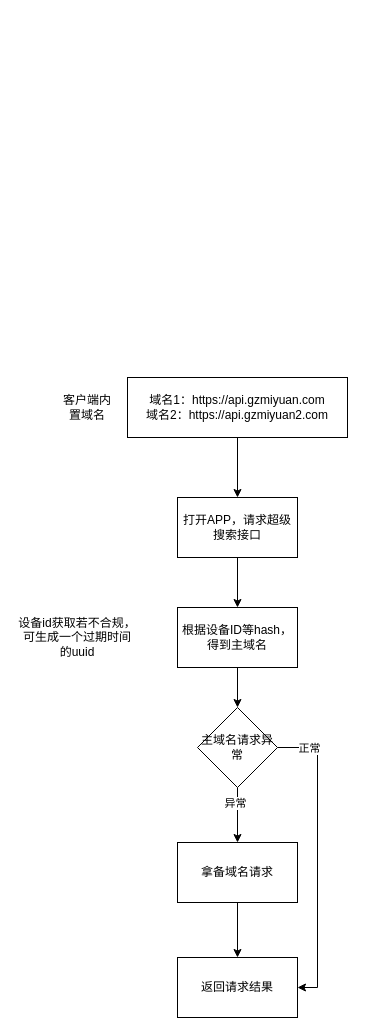
This is page "第 1 页" (1 of 2) of 用户维度获取主备域名.drawio from smallleaf/draw.io, a draw.io file, before an edit. Source tidied: cells renumbered, new cells numbered last; positions are measured from the earlier drawing's top-left corner, leaving out a move shared by most shapes. Both pictures are drawn from the tidied source at 100%, with x=0, y=0 at pixel (17, 377).
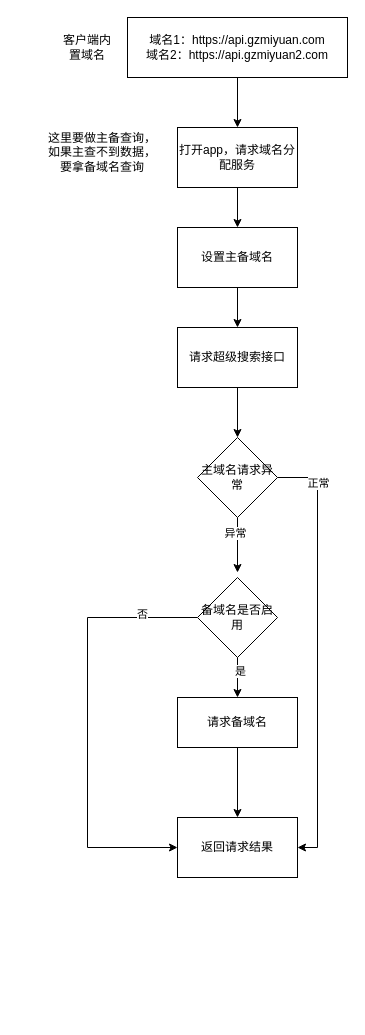
The same diagram, later.

Commit message (it also covers changes not shown here):
更新用户维度获取主备域名.drawio

Diff of the diagram source:
```diff
@@
-    <mxCell id="2" style="edgeStyle=orthogonalEdgeStyle;rounded=0;jettySize=auto;html=1;exitX=0.5;exitY=1;exitDx=0;exitDy=0;entryX=0.5;entryY=0;entryDx=0;entryDy=0;" parent="1" edge="1" source="3" target="6">
-      <mxGeometry relative="1" as="geometry" />
-    </mxCell>
+    <mxCell id="18" style="edgeStyle=orthogonalEdgeStyle;rounded=0;jettySize=auto;html=1;" parent="1" edge="1" source="3" target="20">
+      <mxGeometry relative="1" as="geometry" />
+    </mxCell>
     <mxCell id="3" value="&lt;span style=&quot;text-wrap: nowrap;&quot;&gt;域名1：https://api.gzmiyuan.com&lt;/span&gt;&lt;div style=&quot;text-wrap: nowrap;&quot;&gt;域名2：https://api.gzmiyuan2.com&lt;/div&gt;" style="rounded=0;whiteSpace=wrap;html=1;" parent="1" vertex="1">
-      <mxGeometry x="110" width="220" height="60" as="geometry" />
+      <mxGeometry x="110" y="-360" width="220" height="60" as="geometry" />
     </mxCell>
     <mxCell id="4" value="客户端内置域名" style="text;html=1;align=center;verticalAlign=middle;whiteSpace=wrap;rounded=0;" parent="1" vertex="1">
-      <mxGeometry x="40" y="17.5" width="60" height="25" as="geometry" />
+      <mxGeometry x="40" y="-342.5" width="60" height="25" as="geometry" />
     </mxCell>
-    <mxCell id="5" style="edgeStyle=orthogonalEdgeStyle;rounded=0;jettySize=auto;html=1;exitX=0.5;exitY=1;exitDx=0;exitDy=0;entryX=0.5;entryY=0;entryDx=0;entryDy=0;" parent="1" edge="1" source="6" target="8">
+    <mxCell id="5" style="edgeStyle=orthogonalEdgeStyle;rounded=0;jettySize=auto;html=1;exitX=0.5;exitY=1;exitDx=0;exitDy=0;entryX=0.5;entryY=0;entryDx=0;entryDy=0;" parent="1" edge="1" source="6" target="14">
       <mxGeometry relative="1" as="geometry" />
     </mxCell>
-    <mxCell id="6" value="打开APP，请求超级搜索接口" style="rounded=0;whiteSpace=wrap;html=1;" parent="1" vertex="1">
-      <mxGeometry x="160" y="120" width="120" height="60" as="geometry" />
+    <mxCell id="6" value="请求超级搜索接口" style="rounded=0;whiteSpace=wrap;html=1;" parent="1" vertex="1">
+      <mxGeometry x="160" y="-50" width="120" height="60" as="geometry" />
     </mxCell>
-    <mxCell id="7" style="edgeStyle=orthogonalEdgeStyle;rounded=0;jettySize=auto;html=1;exitX=0.5;exitY=1;exitDx=0;exitDy=0;" parent="1" edge="1" source="8" target="14">
-      <mxGeometry relative="1" as="geometry" />
-    </mxCell>
-    <mxCell id="8" value="根据设备ID等hash，得到主域名" style="rounded=0;whiteSpace=wrap;html=1;" parent="1" vertex="1">
-      <mxGeometry x="160" y="230" width="120" height="60" as="geometry" />
-    </mxCell>
-    <mxCell id="9" value="设备id获取若不合规，可生成一个过期时间的uuid" style="text;html=1;align=center;verticalAlign=middle;whiteSpace=wrap;rounded=0;" parent="1" vertex="1">
-      <mxGeometry y="247.5" width="120" height="25" as="geometry" />
-    </mxCell>
@@
-    <mxCell id="12" style="edgeStyle=orthogonalEdgeStyle;rounded=0;jettySize=auto;html=1;exitX=0.5;exitY=1;exitDx=0;exitDy=0;entryX=0.5;entryY=0;entryDx=0;entryDy=0;" parent="1" edge="1" source="14" target="16">
-      <mxGeometry relative="1" as="geometry" />
+    <mxCell id="12" style="edgeStyle=orthogonalEdgeStyle;rounded=0;jettySize=auto;html=1;exitX=0.5;exitY=1;exitDx=0;exitDy=0;entryX=0.5;entryY=0;entryDx=0;entryDy=0;" parent="1" edge="1" source="14">
+      <mxGeometry relative="1" as="geometry">
+        <mxPoint x="220" y="195" as="targetPoint" />
+      </mxGeometry>
     </mxCell>
@@
     <mxCell id="14" value="主域名请求异常" style="rhombus;whiteSpace=wrap;html=1;" parent="1" vertex="1">
-      <mxGeometry x="180" y="330" width="80" height="80" as="geometry" />
+      <mxGeometry x="180" y="60" width="80" height="80" as="geometry" />
     </mxCell>
-    <mxCell id="15" style="edgeStyle=orthogonalEdgeStyle;rounded=0;jettySize=auto;html=1;exitX=0.5;exitY=1;exitDx=0;exitDy=0;entryX=0.5;entryY=0;entryDx=0;entryDy=0;" parent="1" edge="1" source="16" target="17">
-      <mxGeometry relative="1" as="geometry" />
-    </mxCell>
-    <mxCell id="16" value="拿备域名请求" style="rounded=0;whiteSpace=wrap;html=1;" parent="1" vertex="1">
-      <mxGeometry x="160" y="465" width="120" height="60" as="geometry" />
-    </mxCell>
     <mxCell id="17" value="返回请求结果" style="rounded=0;whiteSpace=wrap;html=1;" parent="1" vertex="1">
-      <mxGeometry x="160" y="580" width="120" height="60" as="geometry" />
+      <mxGeometry x="160" y="440" width="120" height="60" as="geometry" />
     </mxCell>
+    <mxCell id="19" style="edgeStyle=orthogonalEdgeStyle;rounded=0;jettySize=auto;html=1;exitX=0.5;exitY=1;exitDx=0;exitDy=0;entryX=0.5;entryY=0;entryDx=0;entryDy=0;" parent="1" edge="1" source="20" target="30">
+      <mxGeometry relative="1" as="geometry" />
+    </mxCell>
+    <mxCell id="20" value="打开app，请求域名分配服务" style="rounded=0;whiteSpace=wrap;html=1;" parent="1" vertex="1">
+      <mxGeometry x="160" y="-250" width="120" height="60" as="geometry" />
+    </mxCell>
+    <mxCell id="21" style="edgeStyle=orthogonalEdgeStyle;rounded=0;jettySize=auto;html=1;exitX=0;exitY=0.5;exitDx=0;exitDy=0;entryX=0;entryY=0.5;entryDx=0;entryDy=0;" parent="1" edge="1" source="23" target="17">
+      <mxGeometry relative="1" as="geometry">
+        <Array as="points">
+          <mxPoint x="70" y="240" />
+          <mxPoint x="70" y="470" />
+        </Array>
+      </mxGeometry>
+    </mxCell>
+    <mxCell id="22" value="否" style="edgeLabel;html=1;align=center;verticalAlign=middle;" parent="21" vertex="1">
+      <mxGeometry x="-0.74" y="-4" relative="1" as="geometry" />
+    </mxCell>
+    <mxCell id="23" value="备域名是否启用" style="rhombus;whiteSpace=wrap;html=1;" parent="1" vertex="1">
+      <mxGeometry x="180" y="200" width="80" height="80" as="geometry" />
+    </mxCell>
+    <mxCell id="24" style="edgeStyle=orthogonalEdgeStyle;rounded=0;jettySize=auto;html=1;exitX=0.5;exitY=1;exitDx=0;exitDy=0;entryX=0.5;entryY=0;entryDx=0;entryDy=0;" parent="1" edge="1" source="25" target="17">
+      <mxGeometry relative="1" as="geometry" />
+    </mxCell>
+    <mxCell id="25" value="请求备域名" style="rounded=0;whiteSpace=wrap;html=1;" parent="1" vertex="1">
+      <mxGeometry x="160" y="320" width="120" height="50" as="geometry" />
+    </mxCell>
+    <mxCell id="26" style="edgeStyle=orthogonalEdgeStyle;rounded=0;jettySize=auto;html=1;exitX=0.5;exitY=1;exitDx=0;exitDy=0;entryX=0.5;entryY=0;entryDx=0;entryDy=0;" parent="1" edge="1" source="23" target="25">
+      <mxGeometry relative="1" as="geometry" />
+    </mxCell>
+    <mxCell id="27" value="是" style="edgeLabel;html=1;align=center;verticalAlign=middle;" parent="26" vertex="1">
+      <mxGeometry x="-0.35" y="2" relative="1" as="geometry" />
+    </mxCell>
+    <mxCell id="28" value="这里要做主备查询，如果主查不到数据，要拿备域名查询" style="text;html=1;align=center;verticalAlign=middle;whiteSpace=wrap;rounded=0;" parent="1" vertex="1">
+      <mxGeometry x="30" y="-240" width="110" height="30" as="geometry" />
+    </mxCell>
+    <mxCell id="29" style="edgeStyle=orthogonalEdgeStyle;rounded=0;jettySize=auto;html=1;exitX=0.5;exitY=1;exitDx=0;exitDy=0;entryX=0.5;entryY=0;entryDx=0;entryDy=0;" parent="1" edge="1" source="30" target="6">
+      <mxGeometry relative="1" as="geometry" />
+    </mxCell>
+    <mxCell id="30" value="设置主备域名" style="rounded=0;whiteSpace=wrap;html=1;" parent="1" vertex="1">
+      <mxGeometry x="160" y="-150" width="120" height="60" as="geometry" />
+    </mxCell>
```
